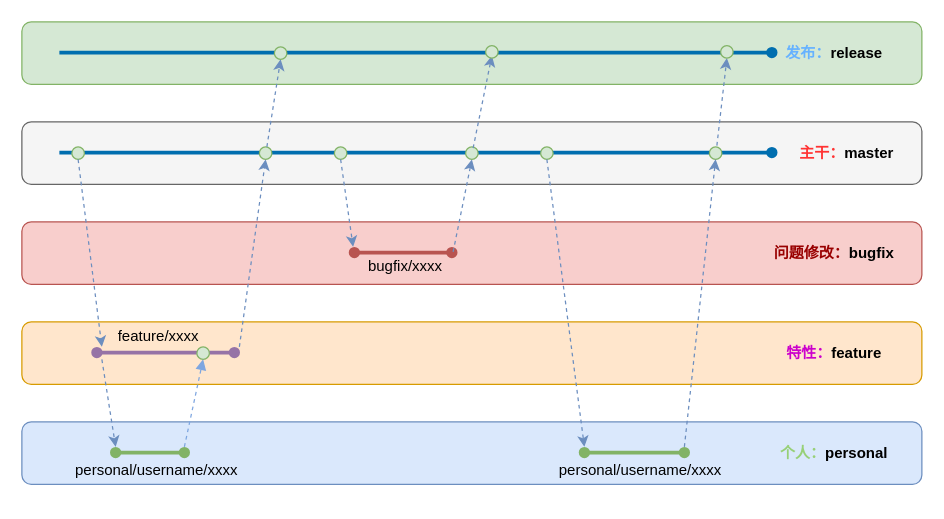
zhanyeye/diagrams keeps this draw.io diagram as git-flow.drawio. Above is the earlier version. Source tidied: cells renumbered, new cells numbered last; positions are measured from the earlier drawing's top-left corner, leaving out a move shared by most shapes. Both pictures are drawn from the tidied source at 125%, with x=0, y=0 at pixel (21, 21).
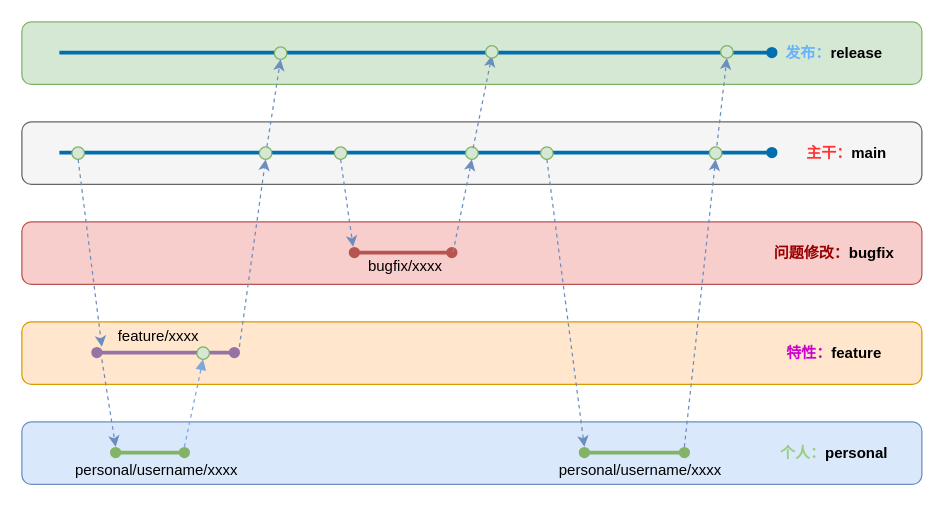
Above is the later version.

Unchanged cells that the change refers to:
```xml
<mxCell id="2" style="group;" parent="1" vertex="1">
  <mxGeometry y="80" width="720" height="50" as="geometry" />
</mxCell>
```

Diff of the diagram source:
```diff
@@
-    <mxCell id="5" value="&lt;font color=&quot;#ff3333&quot;&gt;主干：&lt;/font&gt;master" style="text;html=1;strokeColor=none;fillColor=none;align=center;verticalAlign=middle;whiteSpace=wrap;rounded=0;fontStyle=1;" parent="2" vertex="1">
+    <mxCell id="5" value="&lt;font color=&quot;#ff3333&quot;&gt;主干：&lt;/font&gt;main" style="text;html=1;strokeColor=none;fillColor=none;align=center;verticalAlign=middle;whiteSpace=wrap;rounded=0;fontStyle=1;" parent="2" vertex="1">
       <mxGeometry x="600" y="10" width="120" height="30" as="geometry" />
     </mxCell>
```
